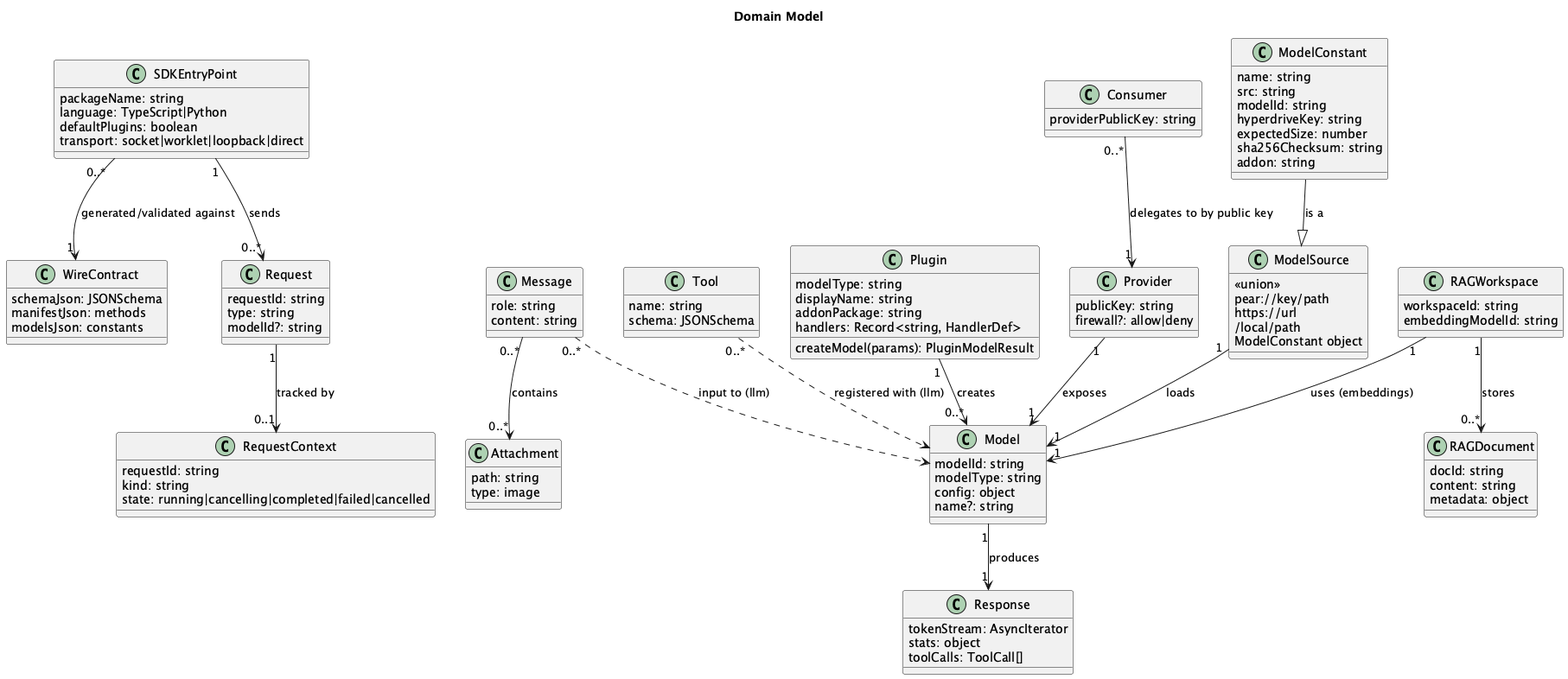
Earlier version of the PlantUML export docs/architecture/puml/images/06-domain-model.png (tetherto/qvac).
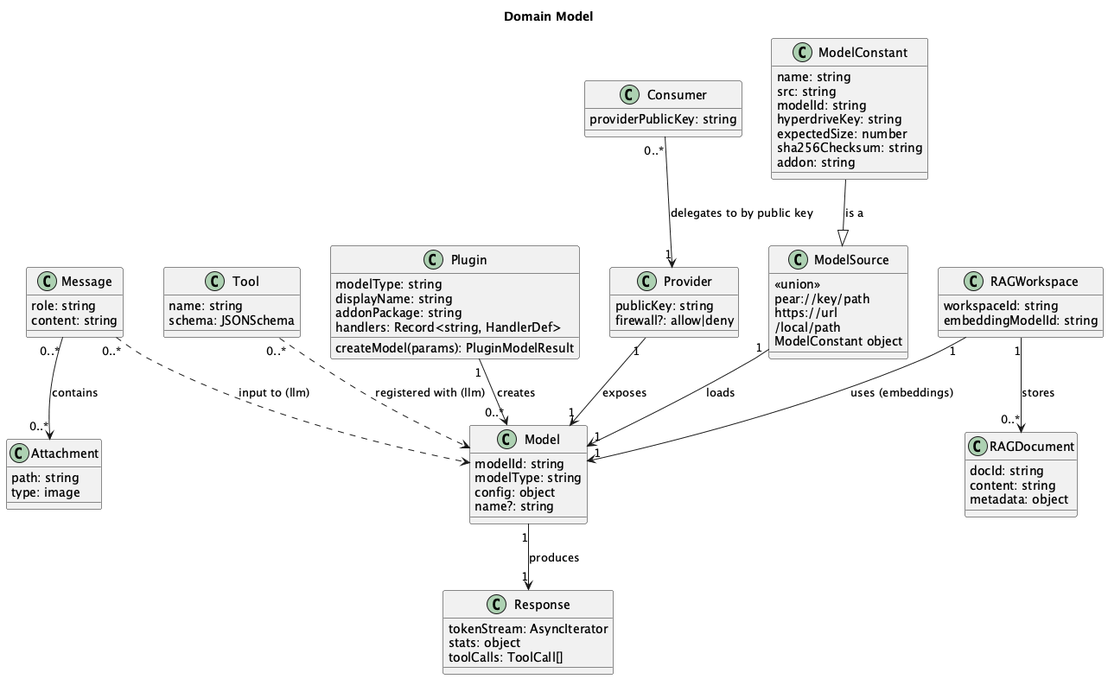
Above is the later version.

Change to the diagram source:
```diff
@@ -2,19 +2,6 @@
 title Domain Model
 
 top to bottom direction
-
-class SDKEntryPoint {
-    packageName: string
-    language: TypeScript|Python
-    defaultPlugins: boolean
-    transport: socket|worklet|loopback|direct
-}
-
-class WireContract {
-    schemaJson: JSONSchema
-    manifestJson: methods
-    modelsJson: constants
-}
 
 class Plugin {
     modelType: string
@@ -29,18 +16,6 @@
     modelType: string
     config: object
     name?: string
-}
-
-class Request {
-    requestId: string
-    type: string
-    modelId?: string
-}
-
-class RequestContext {
-    requestId: string
-    kind: string
-    state: running|cancelling|completed|failed|cancelled
 }
 
 class ModelConstant {
@@ -102,10 +77,7 @@
     providerPublicKey: string
 }
 
-SDKEntryPoint "0..*" --> "1" WireContract : generated/validated against
-SDKEntryPoint "1" --> "0..*" Request : sends
 Plugin "1" --> "0..*" Model : creates
-Request "1" --> "0..1" RequestContext : tracked by
 ModelSource "1" --> "1" Model : loads
 ModelConstant --|> ModelSource : is a
 
```
